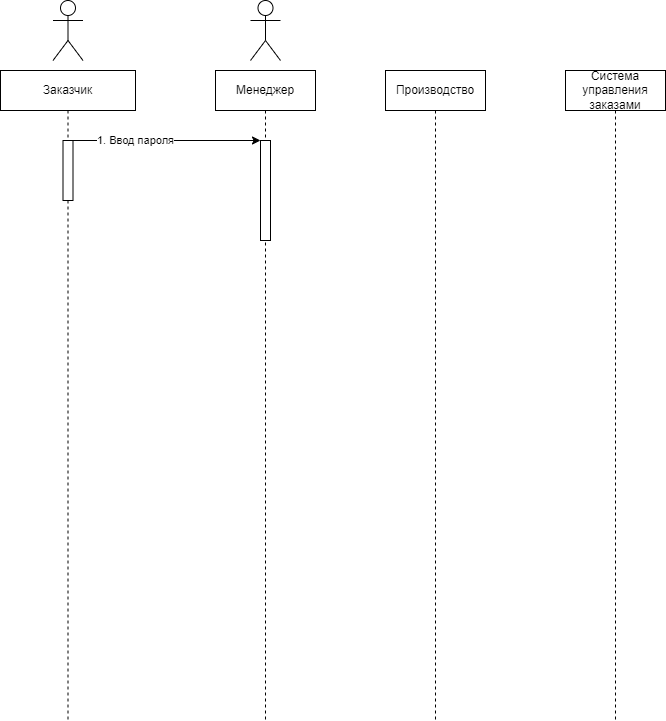
Earlier version of the draw.io export последовательность.png (Involuntar/Test). Source tidied: cells renumbered, new cells last; positions are measured from the earlier drawing's top-left corner, leaving out a move shared by most shapes.
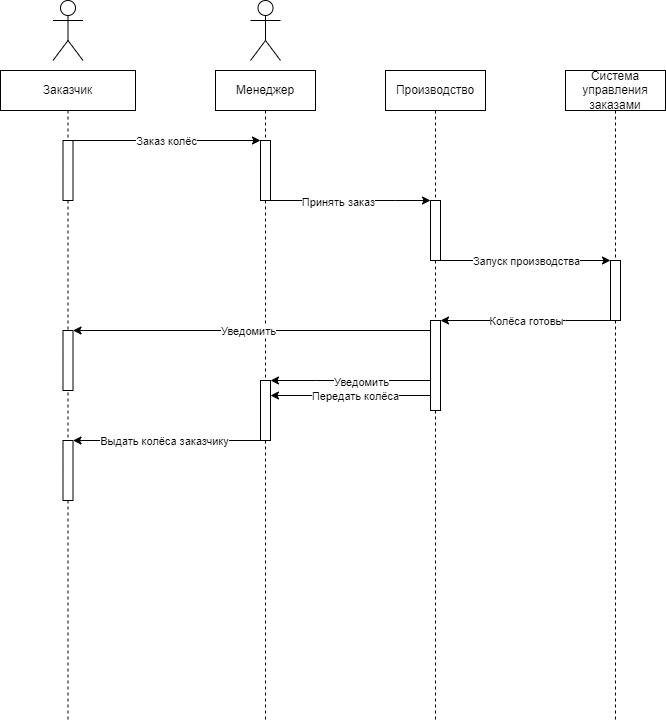
The same file after the commit.

The edit, as a diff of the source:
```diff
@@ -28,14 +28,118 @@
         </Array>
       </mxGeometry>
     </mxCell>
-    <mxCell id="9" value="1. Ввод пароля" style="edgeLabel;html=1;align=center;verticalAlign=middle;" parent="8" vertex="1">
-      <mxGeometry x="-0.34" y="1" relative="1" as="geometry" />
+    <mxCell id="9" value="Заказ колёс" style="edgeLabel;html=1;align=center;verticalAlign=middle;" parent="8" vertex="1">
+      <mxGeometry x="-0.34" y="1" relative="1" as="geometry">
+        <mxPoint x="31" y="1" as="offset" />
+      </mxGeometry>
     </mxCell>
     <mxCell id="10" style="rounded=0;whiteSpace=wrap;html=1;" parent="1" vertex="1">
       <mxGeometry x="62.5" y="140" width="10" height="60" as="geometry" />
     </mxCell>
+    <mxCell id="12" style="edgeStyle=orthogonalEdgeStyle;rounded=0;jettySize=auto;html=1;exitX=1;exitY=1;exitDx=0;exitDy=0;entryX=0;entryY=0;entryDx=0;entryDy=0;" parent="1" edge="1" source="11" target="16">
+      <mxGeometry relative="1" as="geometry">
+        <Array as="points">
+          <mxPoint x="395" y="200" />
+          <mxPoint x="395" y="200" />
+        </Array>
+      </mxGeometry>
+    </mxCell>
+    <mxCell id="13" value="Принять заказ" style="edgeLabel;html=1;align=center;verticalAlign=middle;" parent="12" vertex="1">
+      <mxGeometry x="-0.17" y="-1" relative="1" as="geometry" />
+    </mxCell>
     <mxCell id="11" style="rounded=0;whiteSpace=wrap;html=1;" parent="1" vertex="1">
-      <mxGeometry x="260" y="140" width="10" height="100" as="geometry" />
+      <mxGeometry x="260" y="140" width="10" height="60" as="geometry" />
     </mxCell>
+    <mxCell id="14" style="edgeStyle=orthogonalEdgeStyle;rounded=0;jettySize=auto;html=1;exitX=1;exitY=1;exitDx=0;exitDy=0;entryX=0;entryY=0;entryDx=0;entryDy=0;" parent="1" edge="1" source="16" target="19">
+      <mxGeometry relative="1" as="geometry">
+        <Array as="points">
+          <mxPoint x="485" y="260" />
+          <mxPoint x="485" y="260" />
+        </Array>
+      </mxGeometry>
+    </mxCell>
+    <mxCell id="15" value="Запуск производства" style="edgeLabel;html=1;align=center;verticalAlign=middle;" parent="14" vertex="1">
+      <mxGeometry x="0.03" y="-3" relative="1" as="geometry">
+        <mxPoint x="-3" y="-3" as="offset" />
+      </mxGeometry>
+    </mxCell>
+    <mxCell id="16" style="rounded=0;whiteSpace=wrap;html=1;" parent="1" vertex="1">
+      <mxGeometry x="430" y="200" width="10" height="60" as="geometry" />
+    </mxCell>
+    <mxCell id="17" style="edgeStyle=orthogonalEdgeStyle;rounded=0;jettySize=auto;html=1;exitX=0;exitY=1;exitDx=0;exitDy=0;entryX=1;entryY=0;entryDx=0;entryDy=0;" parent="1" edge="1" source="19" target="26">
+      <mxGeometry relative="1" as="geometry">
+        <Array as="points">
+          <mxPoint x="565" y="320" />
+          <mxPoint x="565" y="320" />
+        </Array>
+      </mxGeometry>
+    </mxCell>
+    <mxCell id="18" value="Колёса готовы" style="edgeLabel;html=1;align=center;verticalAlign=middle;" parent="17" vertex="1">
+      <mxGeometry x="0.17" y="-4" relative="1" as="geometry">
+        <mxPoint x="14" y="4" as="offset" />
+      </mxGeometry>
+    </mxCell>
+    <mxCell id="19" style="rounded=0;whiteSpace=wrap;html=1;" parent="1" vertex="1">
+      <mxGeometry x="610" y="260" width="10" height="60" as="geometry" />
+    </mxCell>
+    <mxCell id="20" style="edgeStyle=orthogonalEdgeStyle;rounded=0;jettySize=auto;html=1;exitX=0.02;exitY=0.374;exitDx=0;exitDy=0;entryX=1;entryY=0;entryDx=0;entryDy=0;exitPerimeter=0;" parent="1" edge="1" source="26" target="29">
+      <mxGeometry relative="1" as="geometry">
+        <Array as="points">
+          <mxPoint x="315" y="380" />
+          <mxPoint x="315" y="380" />
+        </Array>
+      </mxGeometry>
+    </mxCell>
+    <mxCell id="21" value="Уведомить" style="edgeLabel;html=1;align=center;verticalAlign=middle;" parent="20" vertex="1">
+      <mxGeometry x="0.03" y="1" relative="1" as="geometry" />
+    </mxCell>
+    <mxCell id="22" style="edgeStyle=orthogonalEdgeStyle;rounded=0;jettySize=auto;html=1;entryX=1;entryY=0;entryDx=0;entryDy=0;" parent="1" edge="1" target="30">
+      <mxGeometry relative="1" as="geometry">
+        <mxPoint x="425" y="330" as="sourcePoint" />
+        <Array as="points">
+          <mxPoint x="430" y="330" />
+        </Array>
+      </mxGeometry>
+    </mxCell>
+    <mxCell id="23" value="Уведомить" style="edgeLabel;html=1;align=center;verticalAlign=middle;" parent="22" vertex="1">
+      <mxGeometry x="0.04" y="-4" relative="1" as="geometry">
+        <mxPoint y="4" as="offset" />
+      </mxGeometry>
+    </mxCell>
+    <mxCell id="24" style="edgeStyle=orthogonalEdgeStyle;rounded=0;jettySize=auto;html=1;exitX=0;exitY=0.5;exitDx=0;exitDy=0;entryX=1;entryY=0.25;entryDx=0;entryDy=0;" parent="1" edge="1" source="26" target="29">
+      <mxGeometry relative="1" as="geometry">
+        <Array as="points">
+          <mxPoint x="430" y="395" />
+        </Array>
+      </mxGeometry>
+    </mxCell>
+    <mxCell id="25" value="Передать колёса" style="edgeLabel;html=1;align=center;verticalAlign=middle;" parent="24" vertex="1">
+      <mxGeometry x="0.12" y="-4" relative="1" as="geometry">
+        <mxPoint y="4" as="offset" />
+      </mxGeometry>
+    </mxCell>
+    <mxCell id="26" style="rounded=0;whiteSpace=wrap;html=1;" parent="1" vertex="1">
+      <mxGeometry x="430" y="320" width="10" height="90" as="geometry" />
+    </mxCell>
+    <mxCell id="27" style="edgeStyle=orthogonalEdgeStyle;rounded=0;jettySize=auto;html=1;exitX=0;exitY=1;exitDx=0;exitDy=0;entryX=1;entryY=0;entryDx=0;entryDy=0;" parent="1" edge="1" source="29" target="31">
+      <mxGeometry relative="1" as="geometry">
+        <Array as="points">
+          <mxPoint x="215" y="440" />
+          <mxPoint x="215" y="440" />
+        </Array>
+      </mxGeometry>
+    </mxCell>
+    <mxCell id="28" value="Выдать колёса заказчику" style="edgeLabel;html=1;align=center;verticalAlign=middle;" parent="27" vertex="1">
+      <mxGeometry x="0.04" relative="1" as="geometry" />
+    </mxCell>
+    <mxCell id="29" style="rounded=0;whiteSpace=wrap;html=1;" parent="1" vertex="1">
+      <mxGeometry x="260" y="380" width="10" height="60" as="geometry" />
+    </mxCell>
+    <mxCell id="30" style="rounded=0;whiteSpace=wrap;html=1;" parent="1" vertex="1">
+      <mxGeometry x="62.5" y="330" width="10" height="60" as="geometry" />
+    </mxCell>
+    <mxCell id="31" style="rounded=0;whiteSpace=wrap;html=1;" parent="1" vertex="1">
+      <mxGeometry x="62.5" y="440" width="10" height="60" as="geometry" />
+    </mxCell>
   </root>
 </mxGraphModel>
```
